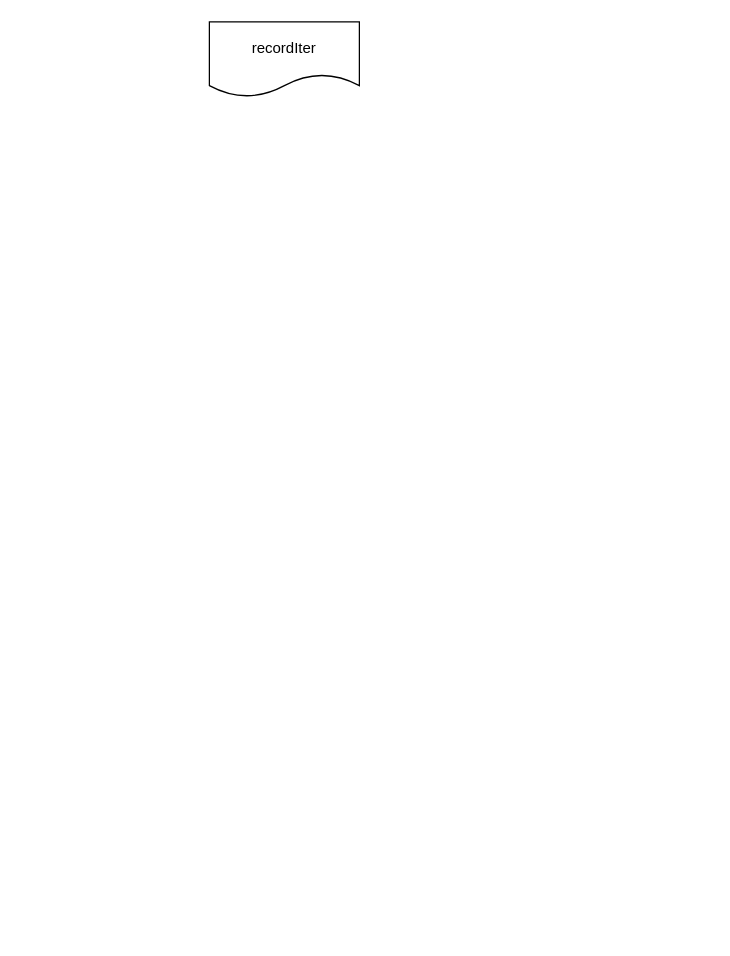
Earlier version of the draw.io diagram shuffle read.drawio (yugecxy/diagram). Source tidied: cells renumbered, new cells numbered last; positions are measured from the earlier drawing's top-left corner, leaving out a move shared by most shapes. Both pictures are drawn from the tidied source at 125%, with x=0, y=0 at pixel (209, 21).
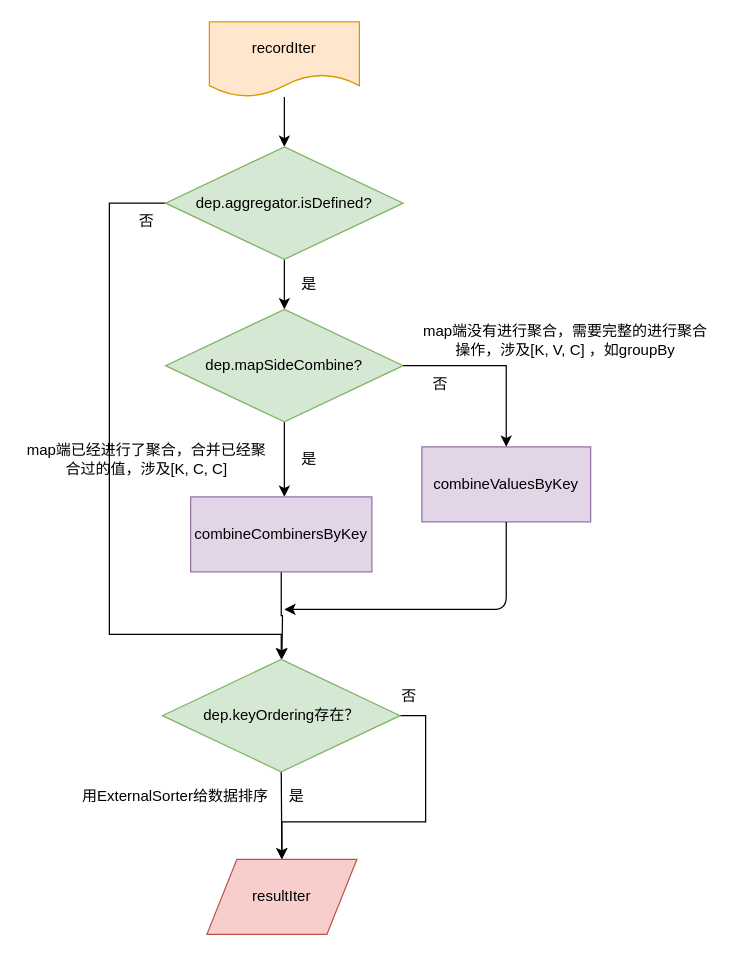
The same page after the edit.

Diff of the diagram source:
```diff
@@
+    <mxCell id="3" style="edgeStyle=orthogonalEdgeStyle;rounded=0;jettySize=auto;html=1;entryX=0.5;entryY=0;entryDx=0;entryDy=0;" parent="1" edge="1" source="2" target="6">
+      <mxGeometry relative="1" as="geometry" />
+    </mxCell>
-    <mxCell id="2" value="&lt;span&gt;recordIter&lt;/span&gt;" style="shape=document;whiteSpace=wrap;html=1;boundedLbl=1;" parent="1" vertex="1">
+    <mxCell id="2" value="&lt;span&gt;recordIter&lt;/span&gt;" style="shape=document;whiteSpace=wrap;html=1;boundedLbl=1;fillColor=#ffe6cc;strokeColor=#d79b00;" parent="1" vertex="1">
       <mxGeometry width="120" height="60" as="geometry" />
     </mxCell>
+    <mxCell id="4" style="edgeStyle=orthogonalEdgeStyle;rounded=0;jettySize=auto;html=1;exitX=0.5;exitY=1;exitDx=0;exitDy=0;" parent="1" edge="1" source="6">
+      <mxGeometry relative="1" as="geometry">
+        <mxPoint x="60" y="230" as="targetPoint" />
+      </mxGeometry>
+    </mxCell>
+    <mxCell id="5" style="edgeStyle=orthogonalEdgeStyle;rounded=0;jettySize=auto;html=1;exitX=0;exitY=0.5;exitDx=0;exitDy=0;entryX=0.5;entryY=0;entryDx=0;entryDy=0;" parent="1" edge="1" source="6" target="22">
+      <mxGeometry relative="1" as="geometry">
+        <Array as="points">
+          <mxPoint x="-80" y="145" />
+          <mxPoint x="-80" y="490" />
+          <mxPoint x="58" y="490" />
+        </Array>
+      </mxGeometry>
+    </mxCell>
+    <mxCell id="6" value="&lt;span&gt;dep&lt;/span&gt;&lt;span&gt;.aggregator.isDefined?&lt;/span&gt;" style="rhombus;whiteSpace=wrap;html=1;fillColor=#d5e8d4;strokeColor=#82b366;" parent="1" vertex="1">
+      <mxGeometry x="-35" y="100" width="190" height="90" as="geometry" />
+    </mxCell>
+    <mxCell id="7" style="edgeStyle=orthogonalEdgeStyle;rounded=0;jettySize=auto;html=1;exitX=0.5;exitY=1;exitDx=0;exitDy=0;entryX=0.5;entryY=0;entryDx=0;entryDy=0;" parent="1" edge="1" source="8">
+      <mxGeometry relative="1" as="geometry">
+        <mxPoint x="60" y="380" as="targetPoint" />
+      </mxGeometry>
+    </mxCell>
+    <mxCell id="8" value="&lt;span&gt;dep&lt;/span&gt;&lt;span&gt;.mapSideCombine?&lt;/span&gt;&lt;br&gt;" style="rhombus;whiteSpace=wrap;html=1;fillColor=#d5e8d4;strokeColor=#82b366;" parent="1" vertex="1">
+      <mxGeometry x="-35" y="230" width="190" height="90" as="geometry" />
+    </mxCell>
+    <mxCell id="9" value="是" style="text;html=1;strokeColor=none;fillColor=none;align=center;verticalAlign=middle;whiteSpace=wrap;rounded=0;" parent="1" vertex="1">
+      <mxGeometry x="60" y="200" width="40" height="20" as="geometry" />
+    </mxCell>
+    <mxCell id="10" value="是" style="text;html=1;strokeColor=none;fillColor=none;align=center;verticalAlign=middle;whiteSpace=wrap;rounded=0;" parent="1" vertex="1">
+      <mxGeometry x="70" y="340" width="20" height="20" as="geometry" />
+    </mxCell>
+    <mxCell id="11" value="&lt;span&gt;map端已经进行了聚合，合并已经聚合过的值，涉及[K, C, C]&lt;/span&gt;" style="text;html=1;strokeColor=none;fillColor=none;align=center;verticalAlign=middle;whiteSpace=wrap;rounded=0;" parent="1" vertex="1">
+      <mxGeometry x="-150" y="340" width="200" height="20" as="geometry" />
+    </mxCell>
+    <mxCell id="12" value="&lt;span&gt;map端没有进行聚合，需要完整的进行聚合操作，涉及[K, V, C] ，如groupBy&lt;/span&gt;&lt;br&gt;" style="text;html=1;strokeColor=none;fillColor=none;align=center;verticalAlign=middle;whiteSpace=wrap;rounded=0;" parent="1" vertex="1">
+      <mxGeometry x="170" y="250" width="230" height="10" as="geometry" />
+    </mxCell>
+    <mxCell id="13" value="否" style="text;html=1;strokeColor=none;fillColor=none;align=center;verticalAlign=middle;whiteSpace=wrap;rounded=0;" parent="1" vertex="1">
+      <mxGeometry x="175" y="280" width="20" height="20" as="geometry" />
+    </mxCell>
+    <mxCell id="14" style="edgeStyle=orthogonalEdgeStyle;rounded=0;jettySize=auto;html=1;exitX=0.5;exitY=1;exitDx=0;exitDy=0;" parent="1" edge="1" source="15">
+      <mxGeometry relative="1" as="geometry">
+        <mxPoint x="58" y="510" as="targetPoint" />
+      </mxGeometry>
+    </mxCell>
+    <mxCell id="15" value="&lt;span&gt;combineCombinersByKey&lt;/span&gt;" style="rounded=0;whiteSpace=wrap;html=1;fillColor=#e1d5e7;strokeColor=#9673a6;" parent="1" vertex="1">
+      <mxGeometry x="-15" y="380" width="145" height="60" as="geometry" />
+    </mxCell>
+    <mxCell id="16" value="&lt;span&gt;combineValuesByKey&lt;/span&gt;&lt;br&gt;" style="rounded=0;whiteSpace=wrap;html=1;fillColor=#e1d5e7;strokeColor=#9673a6;" parent="1" vertex="1">
+      <mxGeometry x="170" y="340" width="135" height="60" as="geometry" />
+    </mxCell>
+    <mxCell id="17" style="edgeStyle=orthogonalEdgeStyle;rounded=0;jettySize=auto;html=1;exitX=1;exitY=0.5;exitDx=0;exitDy=0;entryX=0.5;entryY=0;entryDx=0;entryDy=0;" parent="1" edge="1" source="8" target="16">
+      <mxGeometry relative="1" as="geometry" />
+    </mxCell>
+    <mxCell id="18" style="endArrow=classic;html=1;exitX=0.5;exitY=1;exitDx=0;exitDy=0;edgeStyle=orthogonalEdgeStyle;" parent="1" edge="1" source="16">
+      <mxGeometry relative="1" as="geometry">
+        <mxPoint x="60" y="470" as="targetPoint" />
+        <Array as="points">
+          <mxPoint x="238" y="470" />
+        </Array>
+      </mxGeometry>
+    </mxCell>
+    <mxCell id="19" value="否" style="text;html=1;strokeColor=none;fillColor=none;align=center;verticalAlign=middle;whiteSpace=wrap;rounded=0;" parent="1" vertex="1">
+      <mxGeometry x="-60" y="150" width="20" height="20" as="geometry" />
+    </mxCell>
+    <mxCell id="20" style="edgeStyle=none;rounded=0;jettySize=auto;html=1;exitX=0.5;exitY=1;exitDx=0;exitDy=0;entryX=0.5;entryY=0;entryDx=0;entryDy=0;" parent="1" edge="1" source="22" target="23">
+      <mxGeometry relative="1" as="geometry" />
+    </mxCell>
+    <mxCell id="21" style="edgeStyle=orthogonalEdgeStyle;rounded=0;jettySize=auto;html=1;exitX=1;exitY=0.5;exitDx=0;exitDy=0;" parent="1" edge="1" source="22" target="23">
+      <mxGeometry relative="1" as="geometry">
+        <Array as="points">
+          <mxPoint x="173" y="555" />
+          <mxPoint x="173" y="640" />
+          <mxPoint x="58" y="640" />
+        </Array>
+      </mxGeometry>
+    </mxCell>
+    <mxCell id="22" value="&lt;span&gt;dep&lt;/span&gt;&lt;span&gt;.keyOrdering存在？&lt;/span&gt;&lt;br&gt;" style="rhombus;whiteSpace=wrap;html=1;fillColor=#d5e8d4;strokeColor=#82b366;" parent="1" vertex="1">
+      <mxGeometry x="-37.5" y="510" width="190" height="90" as="geometry" />
+    </mxCell>
+    <mxCell id="23" value="&lt;span&gt;resultIter&lt;/span&gt;" style="shape=parallelogram;perimeter=parallelogramPerimeter;whiteSpace=wrap;html=1;fillColor=#f8cecc;strokeColor=#b85450;" parent="1" vertex="1">
+      <mxGeometry x="-2" y="670" width="120" height="60" as="geometry" />
+    </mxCell>
+    <mxCell id="24" value="是" style="text;html=1;strokeColor=none;fillColor=none;align=center;verticalAlign=middle;whiteSpace=wrap;rounded=0;" parent="1" vertex="1">
+      <mxGeometry x="60" y="610" width="20" height="20" as="geometry" />
+    </mxCell>
+    <mxCell id="25" value="&lt;span&gt;用&lt;/span&gt;&lt;span&gt;ExternalSorter给数据排序&lt;/span&gt;" style="text;html=1;strokeColor=none;fillColor=none;align=center;verticalAlign=middle;whiteSpace=wrap;rounded=0;" parent="1" vertex="1">
+      <mxGeometry x="-127" y="610" width="200" height="20" as="geometry" />
+    </mxCell>
+    <mxCell id="26" value="否" style="text;html=1;strokeColor=none;fillColor=none;align=center;verticalAlign=middle;whiteSpace=wrap;rounded=0;" parent="1" vertex="1">
+      <mxGeometry x="150" y="530" width="20" height="20" as="geometry" />
+    </mxCell>
```
